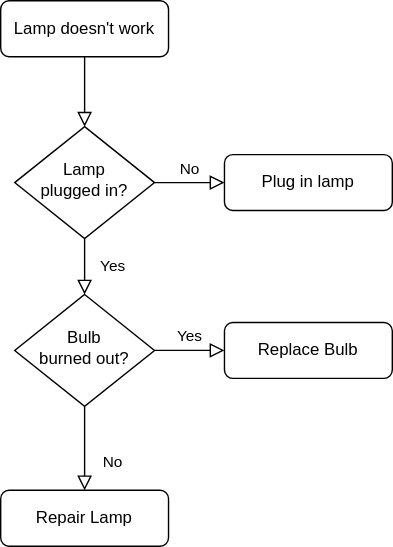
This is Untitled Diagram.svg from Octa-R/git_test, a draw.io export, as it was before one commit. Source tidied: cells renumbered, new cells last; positions are measured from the earlier drawing's top-left corner, leaving out a move shared by most shapes. The source it was exported from:
```xml
<mxGraphModel>
  <root>
    <mxCell id="0" />
    <mxCell id="1" parent="0" />
    <mxCell id="2" style="rounded=0;html=1;jettySize=auto;fontSize=11;endArrow=block;endFill=0;endSize=8;strokeWidth=1;shadow=0;labelBackgroundColor=none;edgeStyle=orthogonalEdgeStyle;" parent="1" edge="1" source="3" target="6">
      <mxGeometry relative="1" as="geometry" />
    </mxCell>
    <mxCell id="3" value="Lamp doesn't work" style="rounded=1;whiteSpace=wrap;html=1;fontSize=12;glass=0;strokeWidth=1;shadow=0;" parent="1" vertex="1">
      <mxGeometry width="120" height="40" as="geometry" />
    </mxCell>
    <mxCell id="4" value="Yes" style="rounded=0;html=1;jettySize=auto;fontSize=11;endArrow=block;endFill=0;endSize=8;strokeWidth=1;shadow=0;labelBackgroundColor=none;edgeStyle=orthogonalEdgeStyle;" parent="1" edge="1" source="6" target="10">
      <mxGeometry y="20" relative="1" as="geometry" />
    </mxCell>
    <mxCell id="5" value="No" style="edgeStyle=orthogonalEdgeStyle;rounded=0;html=1;jettySize=auto;fontSize=11;endArrow=block;endFill=0;endSize=8;strokeWidth=1;shadow=0;labelBackgroundColor=none;" parent="1" edge="1" source="6" target="7">
      <mxGeometry y="10" relative="1" as="geometry" />
    </mxCell>
    <mxCell id="6" value="Lamp&lt;br&gt;plugged in?" style="rhombus;whiteSpace=wrap;html=1;shadow=0;fontFamily=Helvetica;fontSize=12;align=center;strokeWidth=1;spacing=6;spacingTop=-4;" parent="1" vertex="1">
      <mxGeometry x="10" y="90" width="100" height="80" as="geometry" />
    </mxCell>
    <mxCell id="7" value="Plug in lamp" style="rounded=1;whiteSpace=wrap;html=1;fontSize=12;glass=0;strokeWidth=1;shadow=0;" parent="1" vertex="1">
      <mxGeometry x="160" y="110" width="120" height="40" as="geometry" />
    </mxCell>
    <mxCell id="8" value="No" style="rounded=0;html=1;jettySize=auto;fontSize=11;endArrow=block;endFill=0;endSize=8;strokeWidth=1;shadow=0;labelBackgroundColor=none;edgeStyle=orthogonalEdgeStyle;" parent="1" edge="1" source="10" target="11">
      <mxGeometry x="0.33" y="20" relative="1" as="geometry" />
    </mxCell>
    <mxCell id="9" value="Yes" style="edgeStyle=orthogonalEdgeStyle;rounded=0;html=1;jettySize=auto;fontSize=11;endArrow=block;endFill=0;endSize=8;strokeWidth=1;shadow=0;labelBackgroundColor=none;" parent="1" edge="1" source="10" target="12">
      <mxGeometry y="10" relative="1" as="geometry" />
    </mxCell>
    <mxCell id="10" value="Bulb&lt;br&gt;burned out?" style="rhombus;whiteSpace=wrap;html=1;shadow=0;fontFamily=Helvetica;fontSize=12;align=center;strokeWidth=1;spacing=6;spacingTop=-4;" parent="1" vertex="1">
      <mxGeometry x="10" y="210" width="100" height="80" as="geometry" />
    </mxCell>
    <mxCell id="11" value="Repair Lamp" style="rounded=1;whiteSpace=wrap;html=1;fontSize=12;glass=0;strokeWidth=1;shadow=0;" parent="1" vertex="1">
      <mxGeometry y="350" width="120" height="40" as="geometry" />
    </mxCell>
    <mxCell id="12" value="Replace Bulb" style="rounded=1;whiteSpace=wrap;html=1;fontSize=12;glass=0;strokeWidth=1;shadow=0;" parent="1" vertex="1">
      <mxGeometry x="160" y="230" width="120" height="40" as="geometry" />
    </mxCell>
  </root>
</mxGraphModel>
```
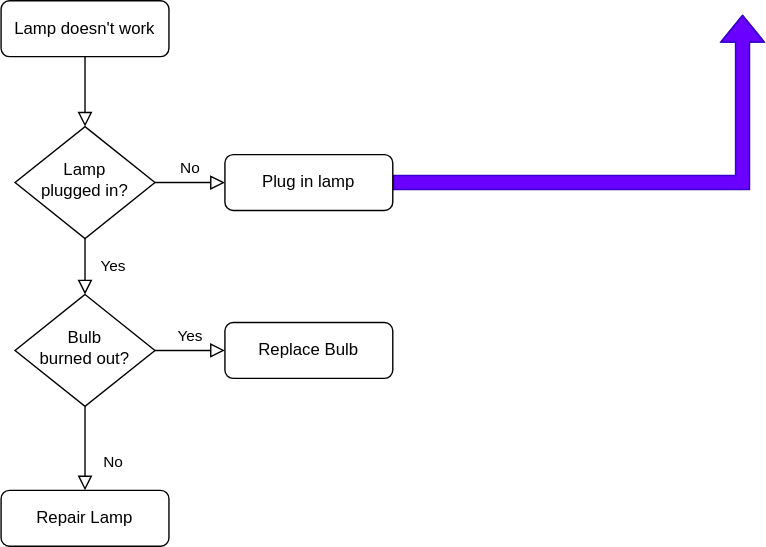
The same file after the commit.

What changed in the source:
```diff
@@ -17,6 +17,11 @@
     <mxCell id="6" value="Lamp&lt;br&gt;plugged in?" style="rhombus;whiteSpace=wrap;html=1;shadow=0;fontFamily=Helvetica;fontSize=12;align=center;strokeWidth=1;spacing=6;spacingTop=-4;" parent="1" vertex="1">
       <mxGeometry x="10" y="90" width="100" height="80" as="geometry" />
     </mxCell>
+    <mxCell id="13" style="edgeStyle=orthogonalEdgeStyle;shape=flexArrow;rounded=0;jettySize=auto;html=1;fillColor=#6a00ff;strokeColor=#3700CC;" parent="1" edge="1" source="7">
+      <mxGeometry relative="1" as="geometry">
+        <mxPoint x="530" y="10" as="targetPoint" />
+      </mxGeometry>
+    </mxCell>
     <mxCell id="7" value="Plug in lamp" style="rounded=1;whiteSpace=wrap;html=1;fontSize=12;glass=0;strokeWidth=1;shadow=0;" parent="1" vertex="1">
       <mxGeometry x="160" y="110" width="120" height="40" as="geometry" />
     </mxCell>
```
